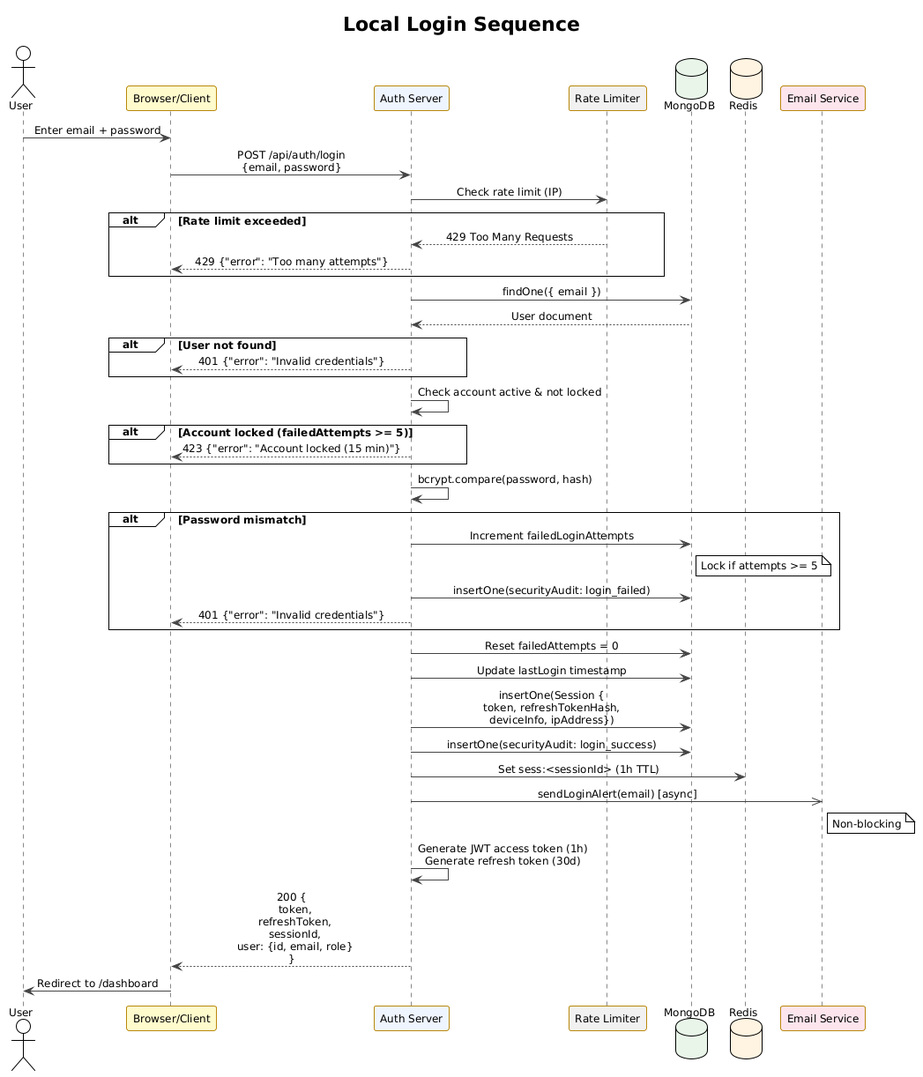
Before: Final-Final/picture/sequence-login.png, a diagram exported from PlantUML (Moxuz/Mono). Source of this version:
```plantuml
@startuml
!theme plain
skinparam defaultFontName Arial
skinparam defaultFontSize 12
skinparam sequenceMessageAlign center
skinparam SequenceBoxBackgroundColor #EEF5FF
skinparam SequenceBoxBorderColor    #2F6FAE
skinparam ParticipantBackgroundColor #FFFBCC
skinparam ParticipantBorderColor    #B8860B
skinparam ArrowColor #444444
skinparam SequenceLifeLineBorderColor #888888

title Local Login Sequence

actor       "User"           as user
participant "Browser/Client" as browser
participant "Auth Server"    as server #EEF5FF
participant "Rate Limiter"   as rate   #F0F0F0
database    "MongoDB"        as mongo  #E8F5E9
database    "Redis"          as redis  #FFF3E0
participant "Email Service"  as email  #FCE4EC

user -> browser   : Enter email + password
browser -> server : POST /api/auth/login\n{email, password}

server -> rate    : Check rate limit (IP)
alt Rate limit exceeded
  rate --> server : 429 Too Many Requests
  server --> browser : 429 {"error": "Too many attempts"}
end

server -> mongo   : findOne({ email })
mongo --> server  : User document

alt User not found
  server --> browser : 401 {"error": "Invalid credentials"}
end

server -> server  : Check account active & not locked

alt Account locked (failedAttempts >= 5)
  server --> browser : 423 {"error": "Account locked (15 min)"}
end

server -> server  : bcrypt.compare(password, hash)

alt Password mismatch
  server -> mongo   : Increment failedLoginAttempts
  note right of mongo : Lock if attempts >= 5
  server -> mongo   : insertOne(securityAudit: login_failed)
  server --> browser : 401 {"error": "Invalid credentials"}
end

server -> mongo   : Reset failedAttempts = 0
server -> mongo   : Update lastLogin timestamp
server -> mongo   : insertOne(Session {\ntoken, refreshTokenHash,\ndeviceInfo, ipAddress})
server -> mongo   : insertOne(securityAudit: login_success)
server -> redis   : Set sess:<sessionId> (1h TTL)

server ->> email  : sendLoginAlert(email) [async]
note right of email : Non-blocking

server -> server  : Generate JWT access token (1h)\nGenerate refresh token (30d)

server --> browser : 200 {\n  token,\n  refreshToken,\n  sessionId,\n  user: {id, email, role}\n}
browser -> user   : Redirect to /dashboard
@enduml
```
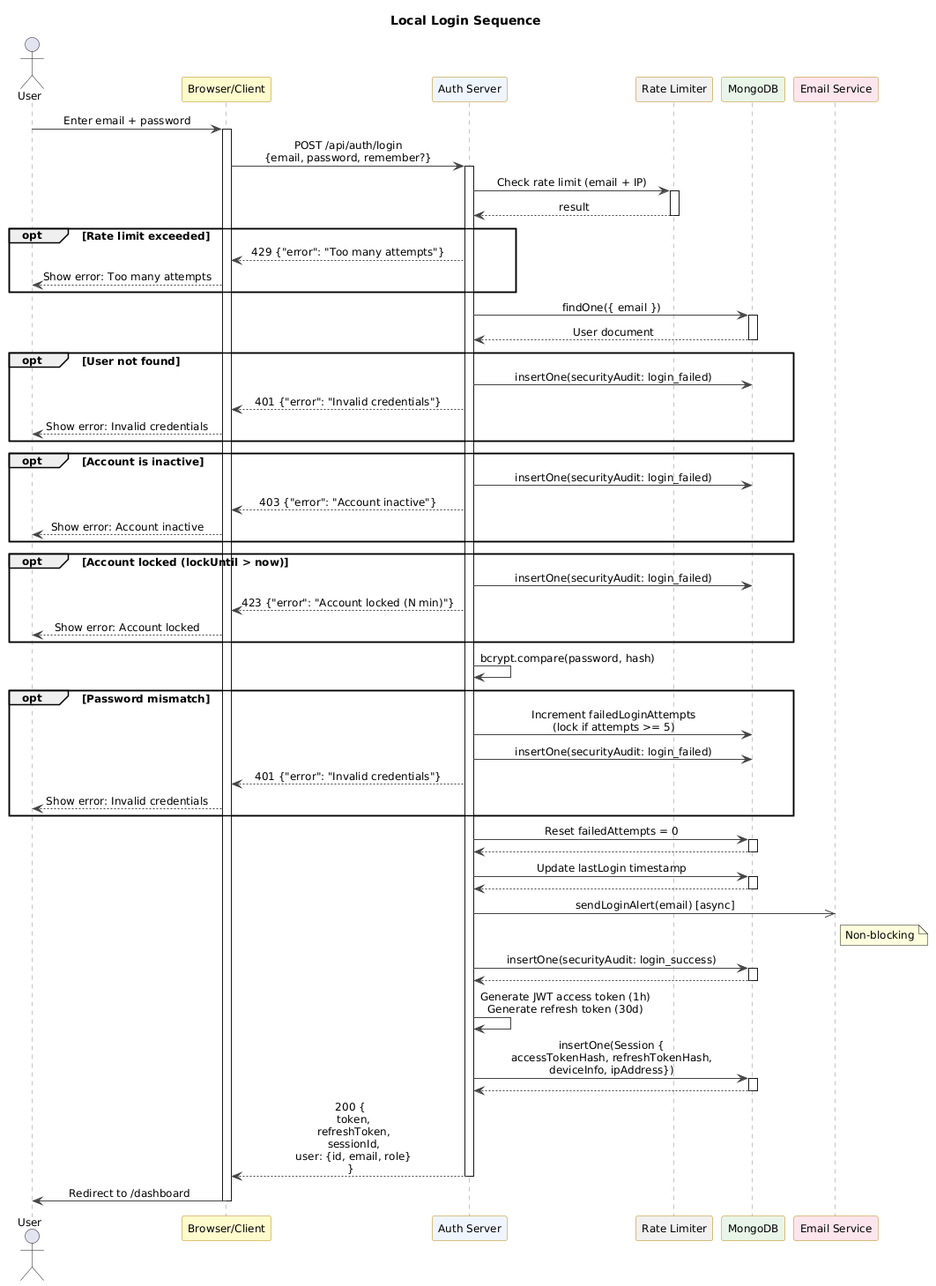
The same file after the commit.

Diff of the diagram source:
```diff
@@ -1,5 +1,4 @@
 @startuml
-!theme plain
 skinparam defaultFontName Arial
 skinparam defaultFontSize 12
 skinparam sequenceMessageAlign center
@@ -16,52 +15,71 @@
 participant "Browser/Client" as browser
 participant "Auth Server"    as server #EEF5FF
 participant "Rate Limiter"   as rate   #F0F0F0
-database    "MongoDB"        as mongo  #E8F5E9
-database    "Redis"          as redis  #FFF3E0
+participant "MongoDB"        as mongo  #E8F5E9
 participant "Email Service"  as email  #FCE4EC
 
-user -> browser   : Enter email + password
-browser -> server : POST /api/auth/login\n{email, password}
+user -> browser : Enter email + password
+activate browser
 
-server -> rate    : Check rate limit (IP)
-alt Rate limit exceeded
-  rate --> server : 429 Too Many Requests
+browser -> server ++ : POST /api/auth/login\n{email, password, remember?}
+
+server -> rate ++ : Check rate limit (email + IP)
+rate --> server -- : result
+
+opt Rate limit exceeded
   server --> browser : 429 {"error": "Too many attempts"}
+  browser --> user : Show error: Too many attempts
 end
 
-server -> mongo   : findOne({ email })
-mongo --> server  : User document
+server -> mongo ++ : findOne({ email })
+mongo --> server -- : User document
 
-alt User not found
+opt User not found
+  server -> mongo : insertOne(securityAudit: login_failed)
   server --> browser : 401 {"error": "Invalid credentials"}
+  browser --> user : Show error: Invalid credentials
 end
 
-server -> server  : Check account active & not locked
-
-alt Account locked (failedAttempts >= 5)
-  server --> browser : 423 {"error": "Account locked (15 min)"}
+opt Account is inactive
+  server -> mongo : insertOne(securityAudit: login_failed)
+  server --> browser : 403 {"error": "Account inactive"}
+  browser --> user : Show error: Account inactive
 end
 
-server -> server  : bcrypt.compare(password, hash)
-
-alt Password mismatch
-  server -> mongo   : Increment failedLoginAttempts
-  note right of mongo : Lock if attempts >= 5
-  server -> mongo   : insertOne(securityAudit: login_failed)
-  server --> browser : 401 {"error": "Invalid credentials"}
+opt Account locked (lockUntil > now)
+  server -> mongo : insertOne(securityAudit: login_failed)
+  server --> browser : 423 {"error": "Account locked (N min)"}
+  browser --> user : Show error: Account locked
 end
 
-server -> mongo   : Reset failedAttempts = 0
-server -> mongo   : Update lastLogin timestamp
-server -> mongo   : insertOne(Session {\ntoken, refreshTokenHash,\ndeviceInfo, ipAddress})
-server -> mongo   : insertOne(securityAudit: login_success)
-server -> redis   : Set sess:<sessionId> (1h TTL)
+server -> server : bcrypt.compare(password, hash)
 
-server ->> email  : sendLoginAlert(email) [async]
+opt Password mismatch
+  server -> mongo : Increment failedLoginAttempts\n(lock if attempts >= 5)
+  server -> mongo : insertOne(securityAudit: login_failed)
+  server --> browser : 401 {"error": "Invalid credentials"}
+  browser --> user : Show error: Invalid credentials
+end
+
+server -> mongo ++ : Reset failedAttempts = 0
+mongo --> server --
+
+server -> mongo ++ : Update lastLogin timestamp
+mongo --> server --
+
+server ->> email : sendLoginAlert(email) [async]
 note right of email : Non-blocking
 
-server -> server  : Generate JWT access token (1h)\nGenerate refresh token (30d)
+server -> mongo ++ : insertOne(securityAudit: login_success)
+mongo --> server --
 
-server --> browser : 200 {\n  token,\n  refreshToken,\n  sessionId,\n  user: {id, email, role}\n}
-browser -> user   : Redirect to /dashboard
+server -> server : Generate JWT access token (1h)\nGenerate refresh token (30d)
+
+server -> mongo ++ : insertOne(Session {\naccessTokenHash, refreshTokenHash,\ndeviceInfo, ipAddress})
+mongo --> server --
+
+server --> browser -- : 200 {\n  token,\n  refreshToken,\n  sessionId,\n  user: {id, email, role}\n}
+
+browser -> user : Redirect to /dashboard
+deactivate browser
 @enduml
```
